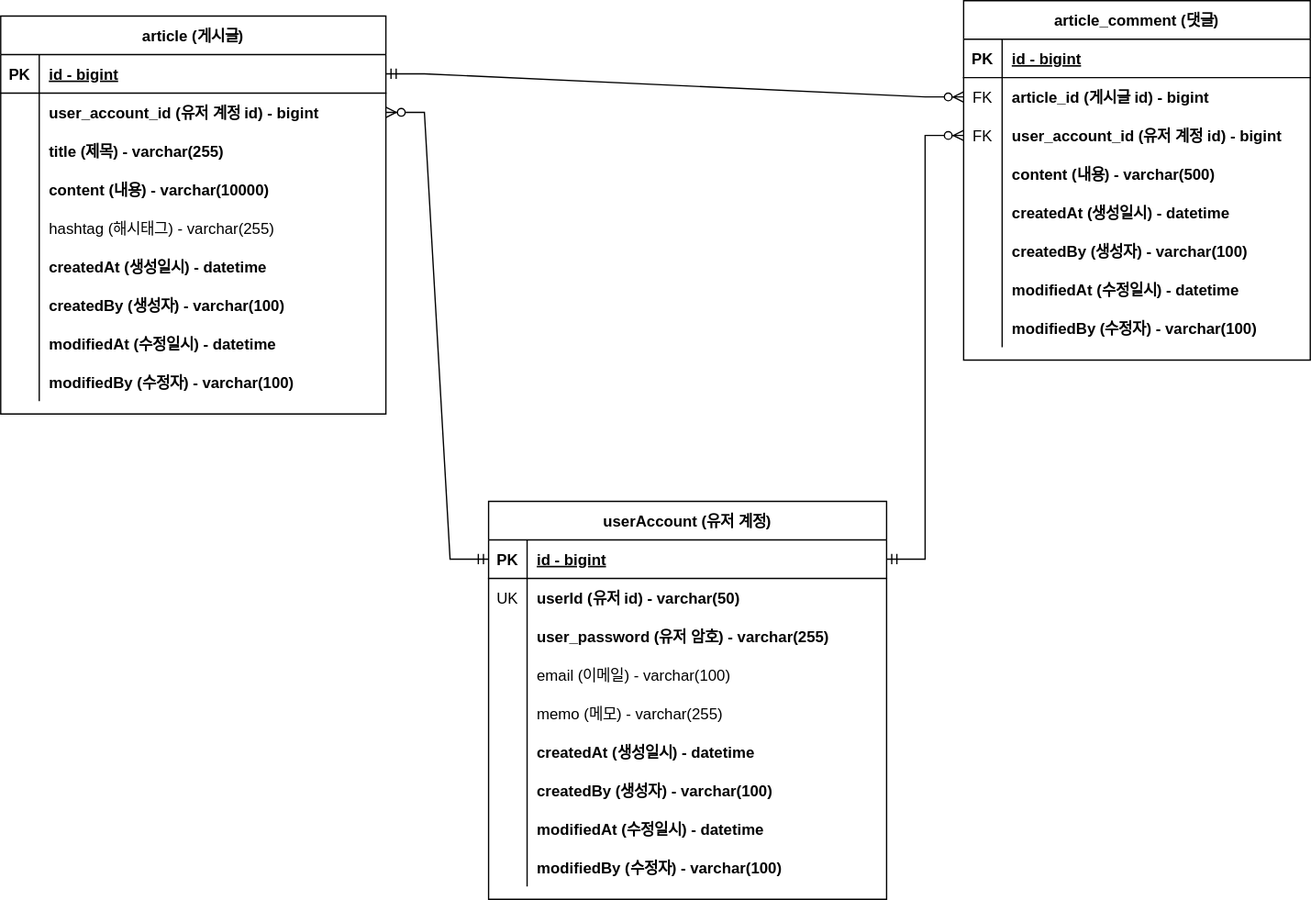
Above: document/project-board-erd.svg in 23Yong/Board (draw.io), before the change. Source tidied: cells renumbered, new cells last; positions are measured from the earlier drawing's top-left corner, leaving out a move shared by most shapes.
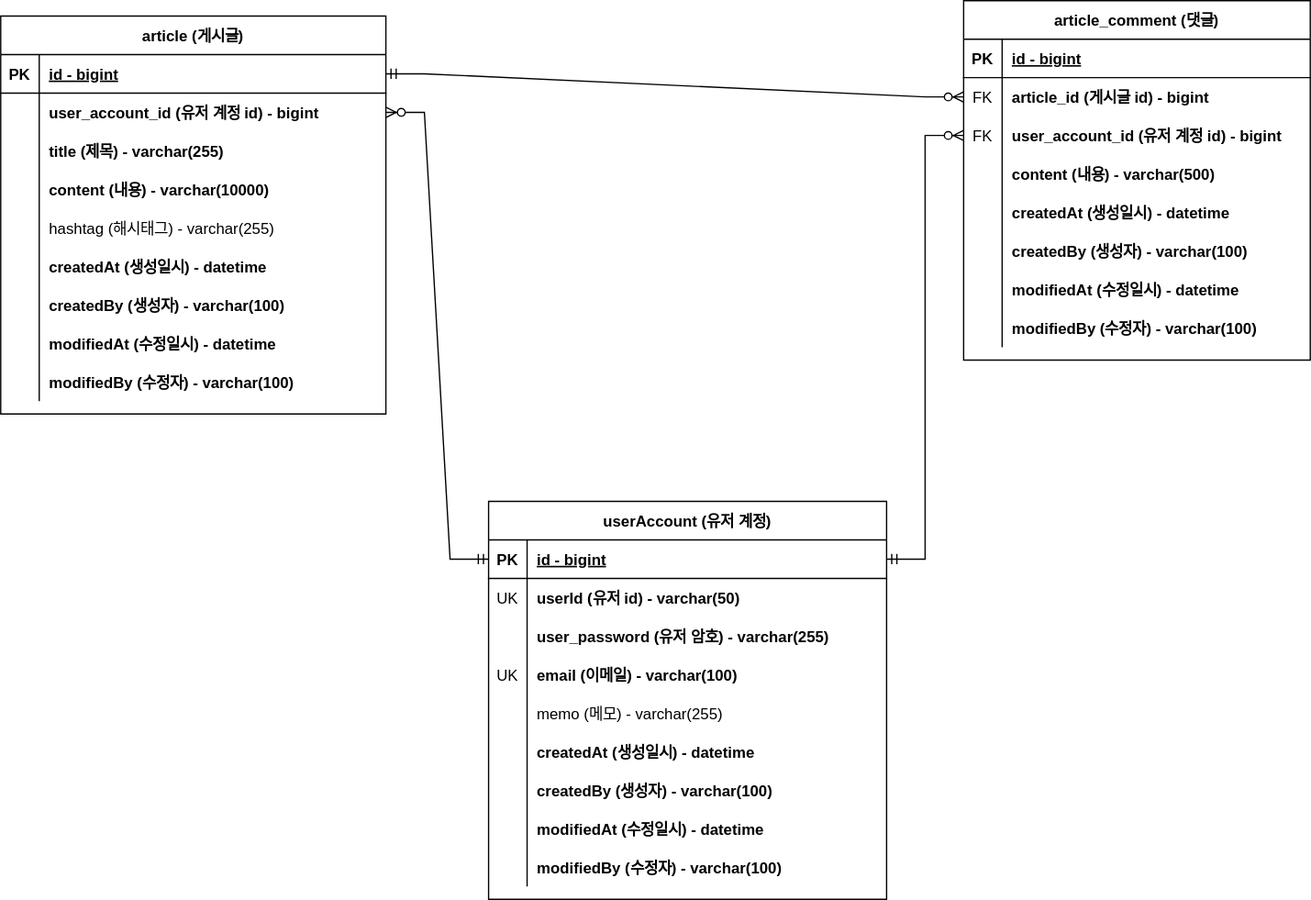
Above is the later version.

Commit message:
#37 - erd 업데이트: 회원 계정 도메인의 이메일에 유니크 키 추가: project-board-erd.svg

Change to the diagram source:
```diff
@@ -197,10 +197,10 @@
     <mxCell id="66" style="shape=tableRow;horizontal=0;startSize=0;swimlaneHead=0;swimlaneBody=0;fillColor=none;top=0;left=0;right=0;bottom=0;" parent="56" vertex="1">
       <mxGeometry y="120" width="310" height="30" as="geometry" />
     </mxCell>
-    <mxCell id="67" style="shape=partialRectangle;fillColor=none;top=0;left=0;bottom=0;right=0;overflow=hidden;" parent="66" vertex="1">
+    <mxCell id="67" value="UK" style="shape=partialRectangle;fillColor=none;top=0;left=0;bottom=0;right=0;overflow=hidden;" parent="66" vertex="1">
       <mxGeometry width="30" height="30" as="geometry" />
     </mxCell>
-    <mxCell id="68" value="email (이메일) - varchar(100)" style="shape=partialRectangle;fillColor=none;top=0;left=0;bottom=0;right=0;align=left;spacingLeft=6;overflow=hidden;" parent="66" vertex="1">
+    <mxCell id="68" value="email (이메일) - varchar(100)" style="shape=partialRectangle;fillColor=none;top=0;left=0;bottom=0;right=0;align=left;spacingLeft=6;overflow=hidden;fontStyle=1;" parent="66" vertex="1">
       <mxGeometry x="30" width="280" height="30" as="geometry" />
     </mxCell>
     <mxCell id="69" style="shape=tableRow;horizontal=0;startSize=0;swimlaneHead=0;swimlaneBody=0;fillColor=none;top=0;left=0;right=0;bottom=0;" parent="56" vertex="1">
```
